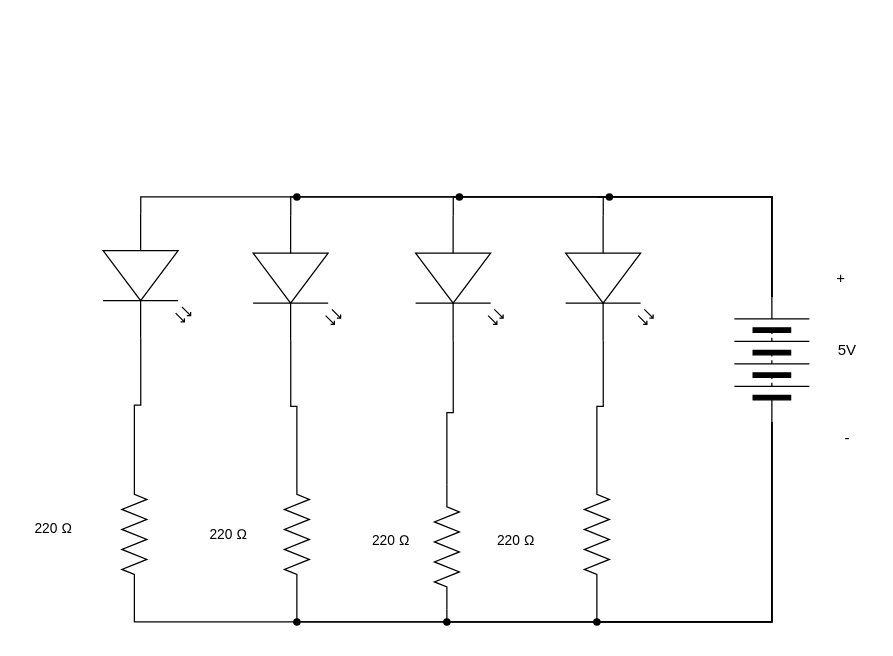
Earlier version of the draw.io diagram TEJ3M 4-03/Schematic_diagram_extra.drawio (michael-bruneau/TEJ3M-Unit-4). Source tidied: cells renumbered, new cells numbered last; positions are measured from the earlier drawing's top-left corner, leaving out a move shared by most shapes. Both pictures are drawn from the tidied source at 125%, with x=0, y=0 at pixel (21, 184).
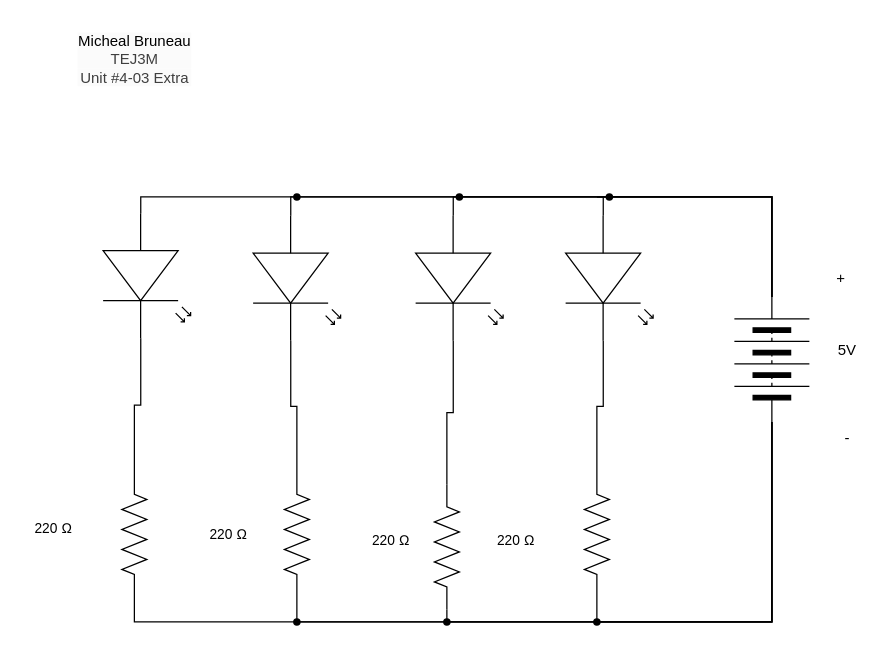
The same diagram, later.

The edit, as a diff of the source:
```diff
@@
+    <mxCell id="43" value="&lt;span style=&quot;color: rgb(0, 0, 0); font-family: Helvetica; font-size: 12px; font-style: normal; font-variant-ligatures: normal; font-variant-caps: normal; font-weight: 400; letter-spacing: normal; orphans: 2; text-align: center; text-indent: 0px; text-transform: none; widows: 2; word-spacing: 0px; -webkit-text-stroke-width: 0px; white-space: nowrap; background-color: rgb(251, 251, 251); text-decoration-thickness: initial; text-decoration-style: initial; text-decoration-color: initial; display: inline !important; float: none;&quot;&gt;Micheal Bruneau&lt;/span&gt;&lt;div style=&quot;forced-color-adjust: none; color: rgb(63, 63, 63); scrollbar-color: rgb(226, 226, 226) rgb(251, 251, 251); font-family: Helvetica; font-size: 12px; font-style: normal; font-variant-ligatures: normal; font-variant-caps: normal; font-weight: 400; letter-spacing: normal; orphans: 2; text-align: center; text-indent: 0px; text-transform: none; widows: 2; word-spacing: 0px; -webkit-text-stroke-width: 0px; white-space: nowrap; background-color: rgb(251, 251, 251); text-decoration-thickness: initial; text-decoration-style: initial; text-decoration-color: initial;&quot;&gt;TEJ3M&lt;/div&gt;&lt;div style=&quot;forced-color-adjust: none; color: rgb(63, 63, 63); scrollbar-color: rgb(226, 226, 226) rgb(251, 251, 251); font-family: Helvetica; font-size: 12px; font-style: normal; font-variant-ligatures: normal; font-variant-caps: normal; font-weight: 400; letter-spacing: normal; orphans: 2; text-align: center; text-indent: 0px; text-transform: none; widows: 2; word-spacing: 0px; -webkit-text-stroke-width: 0px; white-space: nowrap; background-color: rgb(251, 251, 251); text-decoration-thickness: initial; text-decoration-style: initial; text-decoration-color: initial;&quot;&gt;Unit #4-03 Extra&lt;/div&gt;" style="text;html=1;align=center;verticalAlign=middle;strokeColor=none;fillColor=none;" parent="1" vertex="1">
+      <mxGeometry x="30" y="-130" width="120" height="60" as="geometry" />
+    </mxCell>
```
